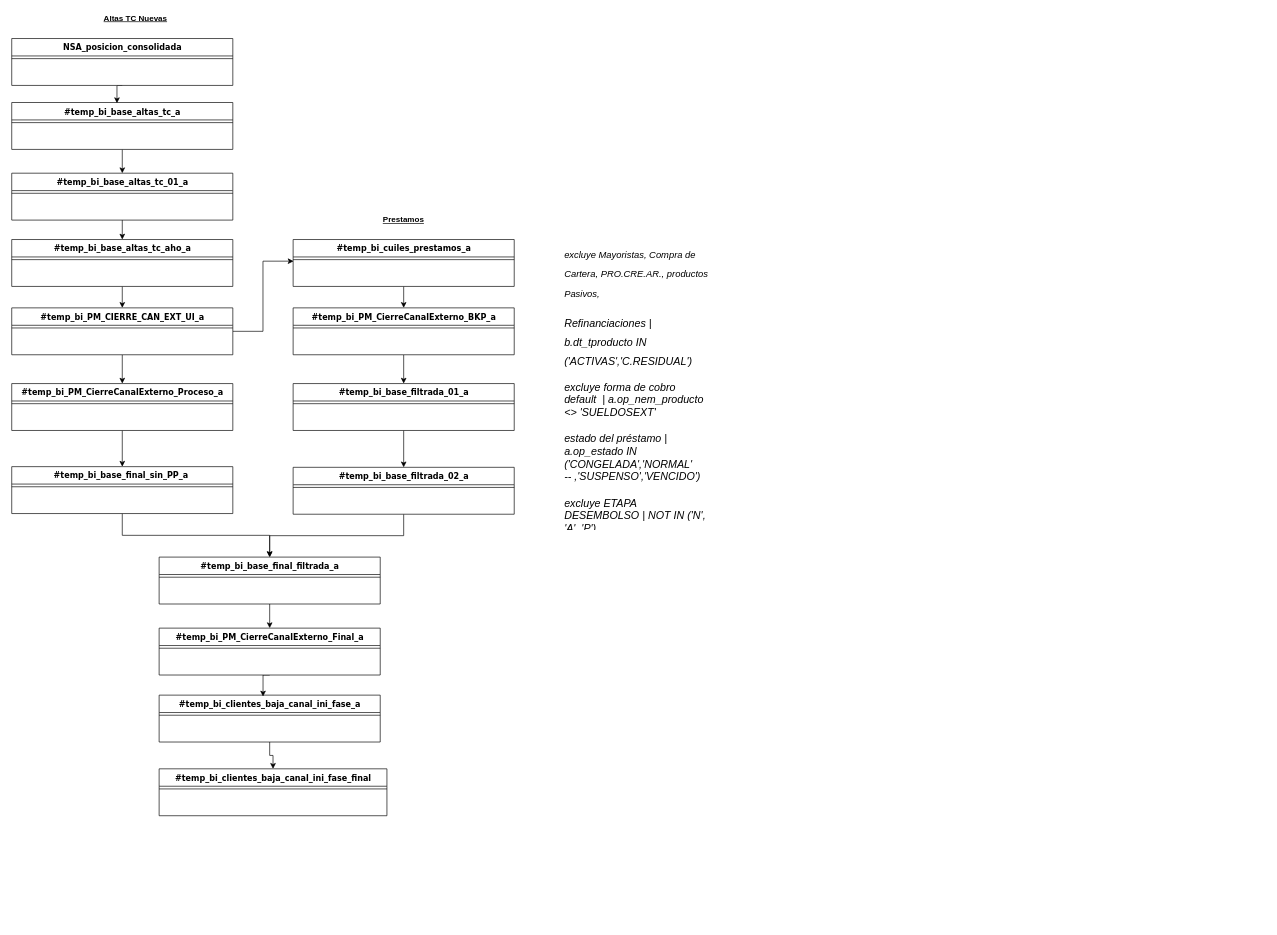
Before: BAJA_CANALES_EXT.drawio in imaikev/data-science, a draw.io diagram. Source tidied: cells renumbered, new cells numbered last; positions are measured from the earlier drawing's top-left corner, leaving out a move shared by most shapes. Both pictures are drawn from the tidied source at 67%, with x=0, y=0 at pixel (11, 11).
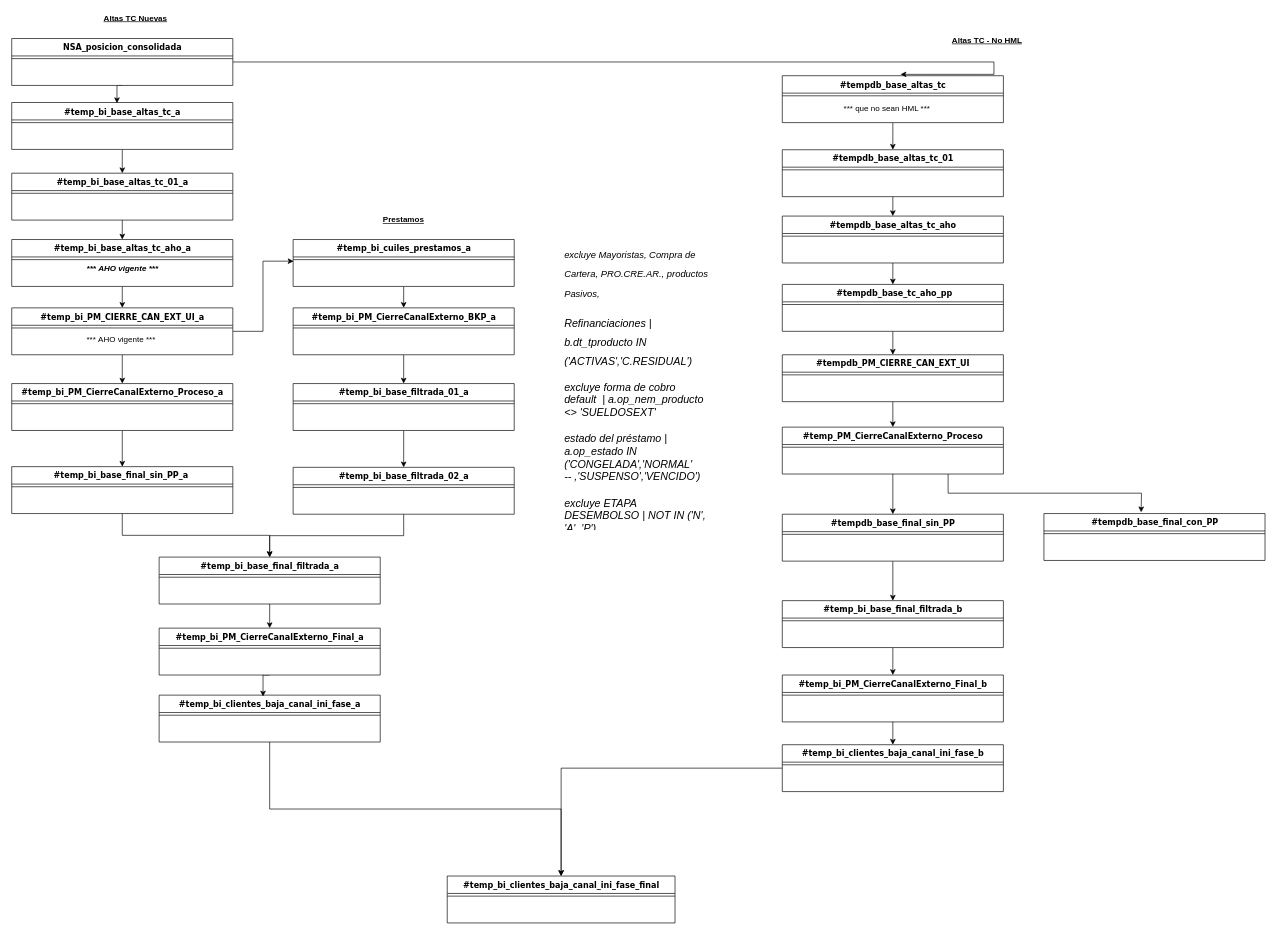
The same diagram, later.

The change refers to these unchanged cells:
```xml
<mxCell id="21" value="#temp_bi_PM_CIERRE_CAN_EXT_UI_a" style="swimlane;html=1;fontStyle=1;align=center;verticalAlign=top;horizontal=1;startSize=26;swimlaneFillColor=#ffffff;rounded=0;shadow=0;comic=0;labelBackgroundColor=none;strokeColor=#000000;strokeWidth=1;fillColor=none;fontFamily=Verdana;fontSize=12;fontColor=#000000;" parent="1" vertex="1">
  <mxGeometry y="442" width="330" height="70" as="geometry" />
</mxCell>
<mxCell id="24" value="#temp_bi_base_altas_tc_aho_a" style="swimlane;html=1;fontStyle=1;align=center;verticalAlign=top;horizontal=1;startSize=26;swimlaneFillColor=#ffffff;rounded=0;shadow=0;comic=0;labelBackgroundColor=none;strokeColor=#000000;strokeWidth=1;fillColor=none;fontFamily=Verdana;fontSize=12;fontColor=#000000;" parent="1" vertex="1">
  <mxGeometry y="340" width="330" height="70" as="geometry" />
</mxCell>
<mxCell id="33" value="NSA_posicion_consolidada" style="swimlane;html=1;fontStyle=1;align=center;verticalAlign=top;horizontal=1;startSize=26;swimlaneFillColor=#ffffff;rounded=0;shadow=0;comic=0;labelBackgroundColor=none;strokeColor=#000000;strokeWidth=1;fillColor=none;fontFamily=Verdana;fontSize=12;fontColor=#000000;" parent="1" vertex="1">
  <mxGeometry y="40" width="330" height="70" as="geometry" />
</mxCell>
```

What changed in the source:
```diff
@@
     <mxCell id="2" value="#temp_bi_clientes_baja_canal_ini_fase_final" style="swimlane;html=1;fontStyle=1;align=center;verticalAlign=top;horizontal=1;startSize=26;swimlaneFillColor=#ffffff;rounded=0;shadow=0;comic=0;labelBackgroundColor=none;strokeColor=#000000;strokeWidth=1;fillColor=none;fontFamily=Verdana;fontSize=12;fontColor=#000000;" parent="1" vertex="1">
-      <mxGeometry x="220" y="1130" width="340" height="70" as="geometry" />
+      <mxGeometry x="650" y="1290" width="340" height="70" as="geometry" />
     </mxCell>
@@
+    <mxCell id="50" value="&lt;div style=&quot;text-align: center&quot;&gt;&lt;span&gt;&amp;nbsp; &amp;nbsp; &amp;nbsp; &amp;nbsp; &amp;nbsp; &amp;nbsp; &amp;nbsp; &amp;nbsp; &amp;nbsp; &amp;nbsp; &amp;nbsp; &amp;nbsp; &amp;nbsp; &amp;nbsp; &amp;nbsp; &amp;nbsp; &amp;nbsp;***&amp;nbsp;AHO vigente ***&lt;/span&gt;&lt;/div&gt;" style="text;html=1;" parent="21" vertex="1">
+      <mxGeometry y="34" width="330" height="30" as="geometry" />
+    </mxCell>
@@
+    <mxCell id="51" value="&lt;font style=&quot;font-size: 12px&quot;&gt;&lt;b&gt;&lt;i&gt;***&amp;nbsp;AHO vigente ***&lt;/i&gt;&lt;/b&gt;&lt;/font&gt;" style="text;html=1;align=center;verticalAlign=middle;fillColor=none;strokeColor=none;rounded=0;" parent="24" vertex="1">
+      <mxGeometry y="34" width="330" height="20" as="geometry" />
+    </mxCell>
@@
+    <mxCell id="52" style="edgeStyle=orthogonalEdgeStyle;rounded=0;jettySize=auto;html=1;exitX=1;exitY=0.5;exitDx=0;exitDy=0;entryX=0.535;entryY=-0.029;entryDx=0;entryDy=0;entryPerimeter=0;" parent="1" edge="1" source="33" target="66">
+      <mxGeometry relative="1" as="geometry">
+        <Array as="points">
+          <mxPoint x="1466" y="75" />
+        </Array>
+      </mxGeometry>
+    </mxCell>
@@
+    <mxCell id="53" style="edgeStyle=orthogonalEdgeStyle;rounded=0;jettySize=auto;html=1;exitX=0.5;exitY=1;exitDx=0;exitDy=0;entryX=0.5;entryY=0;entryDx=0;entryDy=0;" parent="1" edge="1" source="54" target="71">
+      <mxGeometry relative="1" as="geometry" />
+    </mxCell>
+    <mxCell id="54" value="#tempdb_PM_CIERRE_CAN_EXT_UI" style="swimlane;html=1;fontStyle=1;align=center;verticalAlign=top;horizontal=1;startSize=26;swimlaneFillColor=#ffffff;rounded=0;shadow=0;comic=0;labelBackgroundColor=none;strokeColor=#000000;strokeWidth=1;fillColor=none;fontFamily=Verdana;fontSize=12;fontColor=#000000;" parent="1" vertex="1">
+      <mxGeometry x="1150.1" y="512" width="330" height="70" as="geometry" />
+    </mxCell>
+    <mxCell id="55" style="line;html=1;strokeWidth=1;fillColor=none;align=left;verticalAlign=middle;spacingTop=-1;spacingLeft=3;spacingRight=3;labelPosition=right;" parent="54" vertex="1">
+      <mxGeometry y="26" width="330" height="8" as="geometry" />
+    </mxCell>
+    <mxCell id="56" style="edgeStyle=orthogonalEdgeStyle;rounded=0;jettySize=auto;html=1;exitX=0.5;exitY=1;exitDx=0;exitDy=0;entryX=0.5;entryY=0;entryDx=0;entryDy=0;" parent="1" edge="1" source="57" target="54">
+      <mxGeometry relative="1" as="geometry" />
+    </mxCell>
+    <mxCell id="57" value="&amp;nbsp;#tempdb_base_tc_aho_pp" style="swimlane;html=1;fontStyle=1;align=center;verticalAlign=top;horizontal=1;startSize=26;swimlaneFillColor=#ffffff;rounded=0;shadow=0;comic=0;labelBackgroundColor=none;strokeColor=#000000;strokeWidth=1;fillColor=none;fontFamily=Verdana;fontSize=12;fontColor=#000000;" parent="1" vertex="1">
+      <mxGeometry x="1150.1" y="407" width="330" height="70" as="geometry" />
+    </mxCell>
+    <mxCell id="58" style="line;html=1;strokeWidth=1;fillColor=none;align=left;verticalAlign=middle;spacingTop=-1;spacingLeft=3;spacingRight=3;labelPosition=right;" parent="57" vertex="1">
+      <mxGeometry y="26" width="330" height="8" as="geometry" />
+    </mxCell>
+    <mxCell id="59" style="edgeStyle=orthogonalEdgeStyle;rounded=0;jettySize=auto;html=1;exitX=0.5;exitY=1;exitDx=0;exitDy=0;entryX=0.5;entryY=0;entryDx=0;entryDy=0;" parent="1" edge="1" source="60" target="57">
+      <mxGeometry relative="1" as="geometry" />
+    </mxCell>
+    <mxCell id="60" value="#tempdb_base_altas_tc_aho" style="swimlane;html=1;fontStyle=1;align=center;verticalAlign=top;horizontal=1;startSize=26;swimlaneFillColor=#ffffff;rounded=0;shadow=0;comic=0;labelBackgroundColor=none;strokeColor=#000000;strokeWidth=1;fillColor=none;fontFamily=Verdana;fontSize=12;fontColor=#000000;" parent="1" vertex="1">
+      <mxGeometry x="1150.1" y="305" width="330" height="70" as="geometry" />
+    </mxCell>
+    <mxCell id="61" style="line;html=1;strokeWidth=1;fillColor=none;align=left;verticalAlign=middle;spacingTop=-1;spacingLeft=3;spacingRight=3;labelPosition=right;" parent="60" vertex="1">
+      <mxGeometry y="26" width="330" height="8" as="geometry" />
+    </mxCell>
+    <mxCell id="62" style="edgeStyle=orthogonalEdgeStyle;rounded=0;jettySize=auto;html=1;exitX=0.5;exitY=1;exitDx=0;exitDy=0;entryX=0.5;entryY=0;entryDx=0;entryDy=0;" parent="1" edge="1" source="63" target="60">
+      <mxGeometry relative="1" as="geometry" />
+    </mxCell>
+    <mxCell id="63" value="#tempdb_base_altas_tc_01" style="swimlane;html=1;fontStyle=1;align=center;verticalAlign=top;horizontal=1;startSize=26;swimlaneFillColor=#ffffff;rounded=0;shadow=0;comic=0;labelBackgroundColor=none;strokeColor=#000000;strokeWidth=1;fillColor=none;fontFamily=Verdana;fontSize=12;fontColor=#000000;" parent="1" vertex="1">
+      <mxGeometry x="1150.1" y="206" width="330" height="70" as="geometry" />
+    </mxCell>
+    <mxCell id="64" style="line;html=1;strokeWidth=1;fillColor=none;align=left;verticalAlign=middle;spacingTop=-1;spacingLeft=3;spacingRight=3;labelPosition=right;" parent="63" vertex="1">
+      <mxGeometry y="26" width="330" height="8" as="geometry" />
+    </mxCell>
+    <mxCell id="65" style="edgeStyle=orthogonalEdgeStyle;rounded=0;jettySize=auto;html=1;exitX=0.5;exitY=1;exitDx=0;exitDy=0;entryX=0.5;entryY=0;entryDx=0;entryDy=0;" parent="1" edge="1" source="66" target="63">
+      <mxGeometry relative="1" as="geometry" />
+    </mxCell>
+    <mxCell id="66" value="#tempdb_base_altas_tc&lt;br&gt;&lt;br&gt;" style="swimlane;html=1;fontStyle=1;align=center;verticalAlign=top;horizontal=1;startSize=26;swimlaneFillColor=#ffffff;rounded=0;shadow=0;comic=0;labelBackgroundColor=none;strokeColor=#000000;strokeWidth=1;fillColor=none;fontFamily=Verdana;fontSize=12;fontColor=#000000;" parent="1" vertex="1">
+      <mxGeometry x="1150.1" y="95.5" width="330" height="70" as="geometry" />
+    </mxCell>
+    <mxCell id="67" style="line;html=1;strokeWidth=1;fillColor=none;align=left;verticalAlign=middle;spacingTop=-1;spacingLeft=3;spacingRight=3;labelPosition=right;" parent="66" vertex="1">
+      <mxGeometry y="26" width="330" height="8" as="geometry" />
+    </mxCell>
+    <mxCell id="68" value="&lt;b&gt;&lt;u&gt;Altas TC - No HML&lt;br&gt;&lt;br&gt;&lt;/u&gt;&lt;/b&gt;" style="text;html=1;strokeColor=none;fillColor=none;align=center;verticalAlign=middle;whiteSpace=wrap;rounded=0;" parent="1" vertex="1">
+      <mxGeometry x="1370.5" y="40" width="170" height="20" as="geometry" />
+    </mxCell>
+    <mxCell id="69" style="edgeStyle=orthogonalEdgeStyle;rounded=0;jettySize=auto;html=1;exitX=0.5;exitY=1;exitDx=0;exitDy=0;entryX=0.5;entryY=0;entryDx=0;entryDy=0;" parent="1" edge="1" source="71" target="74">
+      <mxGeometry relative="1" as="geometry" />
+    </mxCell>
+    <mxCell id="70" style="edgeStyle=orthogonalEdgeStyle;rounded=0;jettySize=auto;html=1;exitX=0.75;exitY=1;exitDx=0;exitDy=0;entryX=0.469;entryY=-0.048;entryDx=0;entryDy=0;entryPerimeter=0;" parent="1" edge="1" source="71">
+      <mxGeometry relative="1" as="geometry">
+        <mxPoint x="1685.7" y="747.1" as="targetPoint" />
+      </mxGeometry>
+    </mxCell>
+    <mxCell id="71" value="#temp_PM_CierreCanalExterno_Proceso" style="swimlane;html=1;fontStyle=1;align=center;verticalAlign=top;horizontal=1;startSize=26;swimlaneFillColor=#ffffff;rounded=0;shadow=0;comic=0;labelBackgroundColor=none;strokeColor=#000000;strokeWidth=1;fillColor=none;fontFamily=Verdana;fontSize=12;fontColor=#000000;" parent="1" vertex="1">
+      <mxGeometry x="1150.1" y="620" width="330" height="70" as="geometry" />
+    </mxCell>
+    <mxCell id="72" style="line;html=1;strokeWidth=1;fillColor=none;align=left;verticalAlign=middle;spacingTop=-1;spacingLeft=3;spacingRight=3;labelPosition=right;" parent="71" vertex="1">
+      <mxGeometry y="26" width="330" height="8" as="geometry" />
+    </mxCell>
+    <mxCell id="73" style="edgeStyle=orthogonalEdgeStyle;rounded=0;jettySize=auto;html=1;exitX=0.5;exitY=1;exitDx=0;exitDy=0;entryX=0.5;entryY=0;entryDx=0;entryDy=0;" parent="1" edge="1" source="74" target="79">
+      <mxGeometry relative="1" as="geometry" />
+    </mxCell>
+    <mxCell id="74" value="#tempdb_base_final_sin_PP&lt;br&gt;" style="swimlane;html=1;fontStyle=1;align=center;verticalAlign=top;horizontal=1;startSize=26;swimlaneFillColor=#ffffff;rounded=0;shadow=0;comic=0;labelBackgroundColor=none;strokeColor=#000000;strokeWidth=1;fillColor=none;fontFamily=Verdana;fontSize=12;fontColor=#000000;" parent="1" vertex="1">
+      <mxGeometry x="1150.1" y="750" width="330" height="70" as="geometry" />
+    </mxCell>
+    <mxCell id="75" style="line;html=1;strokeWidth=1;fillColor=none;align=left;verticalAlign=middle;spacingTop=-1;spacingLeft=3;spacingRight=3;labelPosition=right;" parent="74" vertex="1">
+      <mxGeometry y="26" width="330" height="8" as="geometry" />
+    </mxCell>
+    <mxCell id="76" value="#tempdb_base_final_con_PP&lt;br&gt;&lt;br&gt;" style="swimlane;html=1;fontStyle=1;align=center;verticalAlign=top;horizontal=1;startSize=26;swimlaneFillColor=#ffffff;rounded=0;shadow=0;comic=0;labelBackgroundColor=none;strokeColor=#000000;strokeWidth=1;fillColor=none;fontFamily=Verdana;fontSize=12;fontColor=#000000;" parent="1" vertex="1">
+      <mxGeometry x="1540.6" y="749" width="330" height="70" as="geometry" />
+    </mxCell>
+    <mxCell id="77" style="line;html=1;strokeWidth=1;fillColor=none;align=left;verticalAlign=middle;spacingTop=-1;spacingLeft=3;spacingRight=3;labelPosition=right;" parent="76" vertex="1">
+      <mxGeometry y="26" width="330" height="8" as="geometry" />
+    </mxCell>
+    <mxCell id="78" style="edgeStyle=orthogonalEdgeStyle;rounded=0;jettySize=auto;html=1;exitX=0.5;exitY=1;exitDx=0;exitDy=0;entryX=0.5;entryY=0;entryDx=0;entryDy=0;" parent="1" edge="1" source="79" target="82">
+      <mxGeometry relative="1" as="geometry" />
+    </mxCell>
+    <mxCell id="79" value="#temp_bi_base_final_filtrada_b&lt;br&gt;" style="swimlane;html=1;fontStyle=1;align=center;verticalAlign=top;horizontal=1;startSize=26;swimlaneFillColor=#ffffff;rounded=0;shadow=0;comic=0;labelBackgroundColor=none;strokeColor=#000000;strokeWidth=1;fillColor=none;fontFamily=Verdana;fontSize=12;fontColor=#000000;" parent="1" vertex="1">
+      <mxGeometry x="1150.1" y="879" width="330" height="70" as="geometry" />
+    </mxCell>
+    <mxCell id="80" style="line;html=1;strokeWidth=1;fillColor=none;align=left;verticalAlign=middle;spacingTop=-1;spacingLeft=3;spacingRight=3;labelPosition=right;" parent="79" vertex="1">
+      <mxGeometry y="26" width="330" height="8" as="geometry" />
+    </mxCell>
+    <mxCell id="81" style="edgeStyle=orthogonalEdgeStyle;rounded=0;jettySize=auto;html=1;exitX=0.5;exitY=1;exitDx=0;exitDy=0;entryX=0.5;entryY=0;entryDx=0;entryDy=0;" parent="1" edge="1" source="82" target="85">
+      <mxGeometry relative="1" as="geometry" />
+    </mxCell>
+    <mxCell id="82" value="#temp_bi_PM_CierreCanalExterno_Final_b&lt;br&gt;" style="swimlane;html=1;fontStyle=1;align=center;verticalAlign=top;horizontal=1;startSize=26;swimlaneFillColor=#ffffff;rounded=0;shadow=0;comic=0;labelBackgroundColor=none;strokeColor=#000000;strokeWidth=1;fillColor=none;fontFamily=Verdana;fontSize=12;fontColor=#000000;" parent="1" vertex="1">
+      <mxGeometry x="1150.1" y="990" width="330" height="70" as="geometry" />
+    </mxCell>
+    <mxCell id="83" style="line;html=1;strokeWidth=1;fillColor=none;align=left;verticalAlign=middle;spacingTop=-1;spacingLeft=3;spacingRight=3;labelPosition=right;" parent="82" vertex="1">
+      <mxGeometry y="26" width="330" height="8" as="geometry" />
+    </mxCell>
+    <mxCell id="84" style="edgeStyle=orthogonalEdgeStyle;rounded=0;jettySize=auto;html=1;" parent="1" edge="1" source="85" target="2">
+      <mxGeometry relative="1" as="geometry" />
+    </mxCell>
+    <mxCell id="85" value="#temp_bi_clientes_baja_canal_ini_fase_b&lt;br&gt;" style="swimlane;html=1;fontStyle=1;align=center;verticalAlign=top;horizontal=1;startSize=26;swimlaneFillColor=#ffffff;rounded=0;shadow=0;comic=0;labelBackgroundColor=none;strokeColor=#000000;strokeWidth=1;fillColor=none;fontFamily=Verdana;fontSize=12;fontColor=#000000;" parent="1" vertex="1">
+      <mxGeometry x="1150.1" y="1094" width="330" height="70" as="geometry" />
+    </mxCell>
+    <mxCell id="86" style="line;html=1;strokeWidth=1;fillColor=none;align=left;verticalAlign=middle;spacingTop=-1;spacingLeft=3;spacingRight=3;labelPosition=right;" parent="85" vertex="1">
+      <mxGeometry y="26" width="330" height="8" as="geometry" />
+    </mxCell>
+    <mxCell id="87" value="*** que no sean HML ***" style="text;html=1;" parent="1" vertex="1">
+      <mxGeometry x="1240" y="129.5" width="150" height="30" as="geometry" />
+    </mxCell>
```
